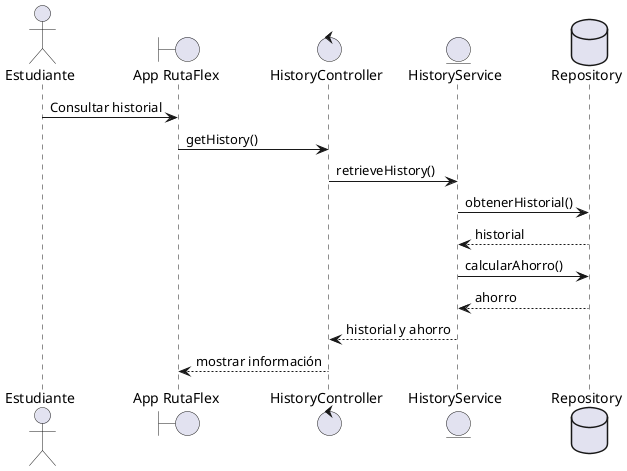
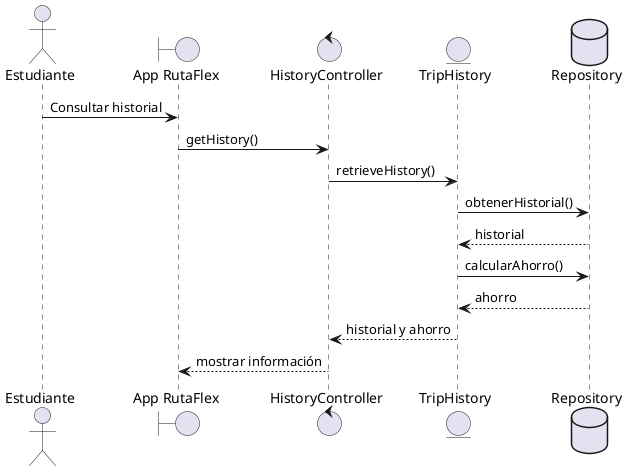
@startuml
actor "Estudiante" as Student
boundary "App RutaFlex" as App
control "HistoryController" as HistoryC
- entity "HistoryService" as HistoryS
+ entity "TripHistory" as HistoryS
database "Repository" as DB

Student -> App : Consultar historial
App -> HistoryC : getHistory()
HistoryC -> HistoryS : retrieveHistory()
HistoryS -> DB : obtenerHistorial()
DB --> HistoryS : historial

HistoryS -> DB : calcularAhorro()
DB --> HistoryS : ahorro

HistoryS --> HistoryC : historial y ahorro
HistoryC --> App : mostrar información

@enduml